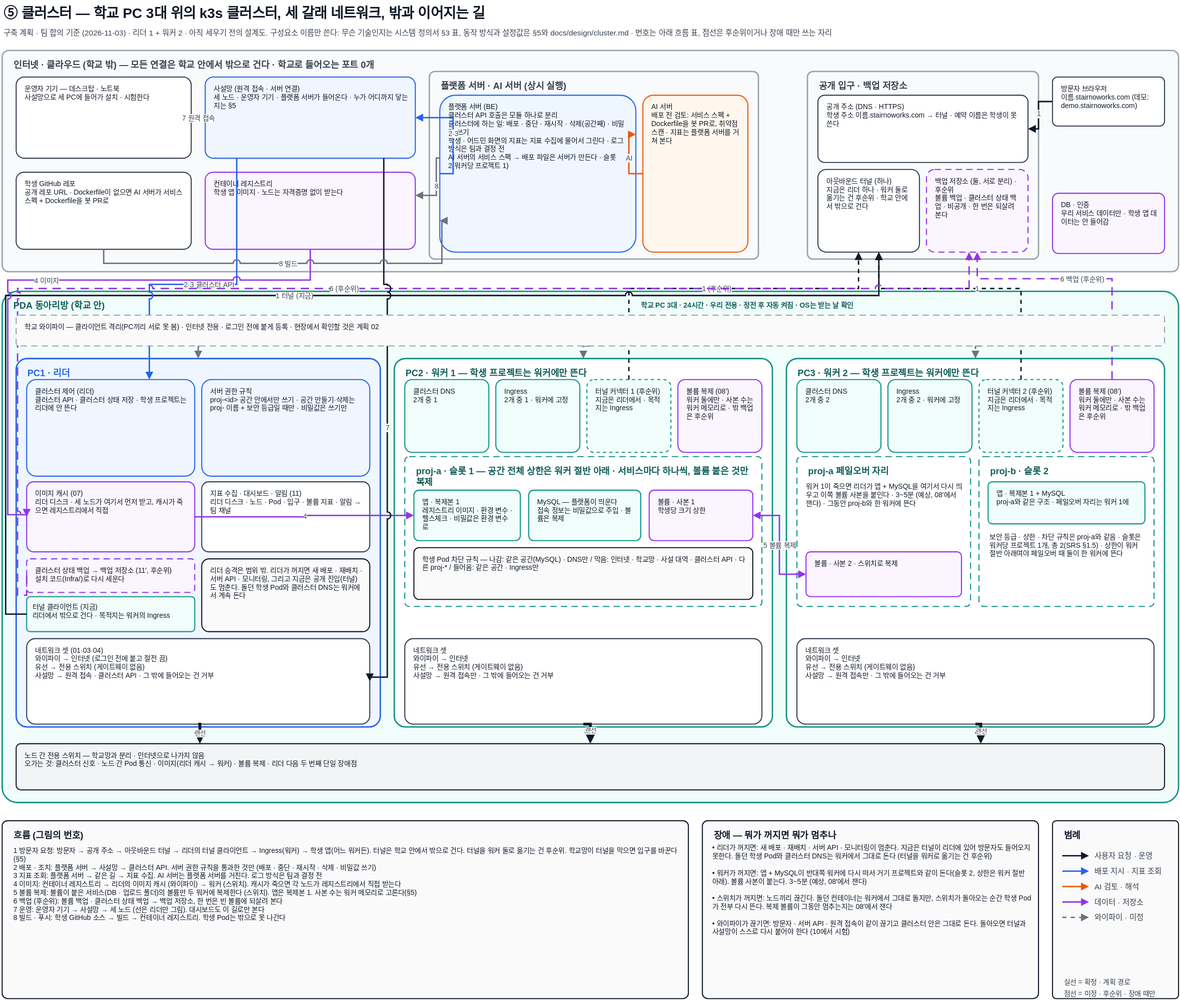
This is docs/architecture/cluster.drawio.svg from woowangthon/WOOWANGTHON_TEAM_18, a draw.io export, as it was before one commit. Source tidied: cells renumbered, new cells last; positions are measured from the earlier drawing's top-left corner, leaving out a move shared by most shapes.
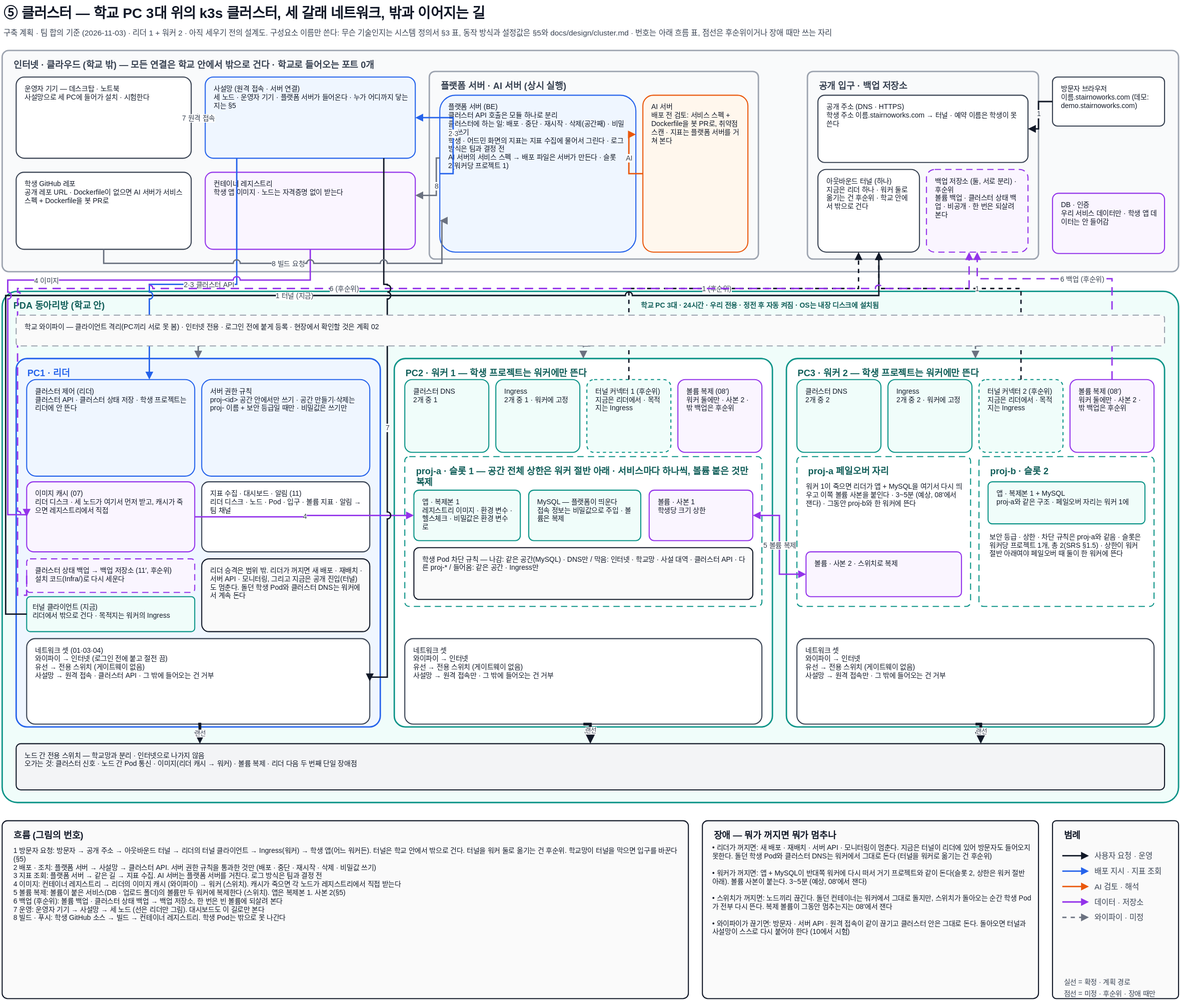
The same file after the commit.

Change to the diagram source:
```diff
@@ -14,7 +14,7 @@
     <mxCell id="5" value="PDA 동아리방 (학교 안)" style="rounded=1;arcSize=3;html=1;whiteSpace=wrap;fillColor=#F0FDFA;strokeColor=#0D9488;strokeWidth=2;verticalAlign=top;align=left;spacingLeft=14;spacingRight=14;spacingTop=6;fontSize=13;fontStyle=1;fontColor=#115E59;fontFamily=Pretendard,Malgun Gothic,Apple SD Gothic Neo,sans-serif;" parent="1" vertex="1">
       <mxGeometry y="416" width="1680" height="730" as="geometry" />
     </mxCell>
-    <mxCell id="6" value="학교 PC 3대 · 24시간 · 우리 전용 · 정전 후 자동 켜짐 · OS는 받는 날 확인" style="text;html=1;align=left;verticalAlign=top;whiteSpace=wrap;fontSize=10;fontColor=#115E59;fontStyle=1;fontFamily=Pretendard,Malgun Gothic,Apple SD Gothic Neo,sans-serif;" parent="1" vertex="1">
+    <mxCell id="6" value="학교 PC 3대 · 24시간 · 우리 전용 · 정전 후 자동 켜짐 · OS는 내장 디스크에 설치됨" style="text;html=1;align=left;verticalAlign=top;whiteSpace=wrap;fontSize=10;fontColor=#115E59;fontStyle=1;fontFamily=Pretendard,Malgun Gothic,Apple SD Gothic Neo,sans-serif;" parent="1" vertex="1">
       <mxGeometry x="910" y="423" width="540" height="18" as="geometry" />
     </mxCell>
     <mxCell id="7" value="PC1 · 리더" style="rounded=1;arcSize=3;html=1;whiteSpace=wrap;fillColor=#EFF6FF;strokeColor=#2563EB;strokeWidth=2;verticalAlign=top;align=left;spacingLeft=14;spacingRight=14;spacingTop=6;fontSize=13;fontStyle=1;fontColor=#2563EB;fontFamily=Pretendard,Malgun Gothic,Apple SD Gothic Neo,sans-serif;" parent="1" vertex="1">
@@ -107,7 +107,7 @@
     <mxCell id="36" value="터널 커넥터 1 (후순위)&lt;br&gt;지금은 리더에서 · 목적지는 Ingress" style="rounded=1;arcSize=10;whiteSpace=wrap;html=1;fillColor=#F0FDFA;strokeColor=#0D9488;strokeWidth=1.5;fontSize=10;fontColor=#111827;align=left;verticalAlign=top;spacing=6;spacingLeft=6;spacingRight=6;fontFamily=Pretendard,Malgun Gothic,Apple SD Gothic Neo,sans-serif;dashed=1;" parent="1" vertex="1">
       <mxGeometry x="835" y="542" width="120" height="104" as="geometry" />
     </mxCell>
-    <mxCell id="37" value="볼륨 복제 (08′)&lt;br&gt;워커 둘에만 · 사본 수는 워커 메모리로 · 밖 백업은 후순위" style="rounded=1;arcSize=10;whiteSpace=wrap;html=1;fillColor=#FAF5FF;strokeColor=#9333EA;strokeWidth=1.5;fontSize=10;fontColor=#111827;align=left;verticalAlign=top;spacing=6;spacingLeft=6;spacingRight=6;fontFamily=Pretendard,Malgun Gothic,Apple SD Gothic Neo,sans-serif;" parent="1" vertex="1">
+    <mxCell id="37" value="볼륨 복제 (08′)&lt;br&gt;워커 둘에만 · 사본 2 · 밖 백업은 후순위" style="rounded=1;arcSize=10;whiteSpace=wrap;html=1;fillColor=#FAF5FF;strokeColor=#9333EA;strokeWidth=1.5;fontSize=10;fontColor=#111827;align=left;verticalAlign=top;spacing=6;spacingLeft=6;spacingRight=6;fontFamily=Pretendard,Malgun Gothic,Apple SD Gothic Neo,sans-serif;" parent="1" vertex="1">
       <mxGeometry x="965" y="542" width="120" height="104" as="geometry" />
     </mxCell>
     <mxCell id="38" value="클러스터 DNS&lt;br&gt;2개 중 2" style="rounded=1;arcSize=10;whiteSpace=wrap;html=1;fillColor=#F0FDFA;strokeColor=#0D9488;strokeWidth=1.5;fontSize=10;fontColor=#111827;align=left;verticalAlign=top;spacing=6;spacingLeft=6;spacingRight=6;fontFamily=Pretendard,Malgun Gothic,Apple SD Gothic Neo,sans-serif;" parent="1" vertex="1">
@@ -119,7 +119,7 @@
     <mxCell id="40" value="터널 커넥터 2 (후순위)&lt;br&gt;지금은 리더에서 · 목적지는 Ingress" style="rounded=1;arcSize=10;whiteSpace=wrap;html=1;fillColor=#F0FDFA;strokeColor=#0D9488;strokeWidth=1.5;fontSize=10;fontColor=#111827;align=left;verticalAlign=top;spacing=6;spacingLeft=6;spacingRight=6;fontFamily=Pretendard,Malgun Gothic,Apple SD Gothic Neo,sans-serif;dashed=1;" parent="1" vertex="1">
       <mxGeometry x="1395" y="542" width="120" height="104" as="geometry" />
     </mxCell>
-    <mxCell id="41" value="볼륨 복제 (08′)&lt;br&gt;워커 둘에만 · 사본 수는 워커 메모리로 · 밖 백업은 후순위" style="rounded=1;arcSize=10;whiteSpace=wrap;html=1;fillColor=#FAF5FF;strokeColor=#9333EA;strokeWidth=1.5;fontSize=10;fontColor=#111827;align=left;verticalAlign=top;spacing=6;spacingLeft=6;spacingRight=6;fontFamily=Pretendard,Malgun Gothic,Apple SD Gothic Neo,sans-serif;" parent="1" vertex="1">
+    <mxCell id="41" value="볼륨 복제 (08′)&lt;br&gt;워커 둘에만 · 사본 2 · 밖 백업은 후순위" style="rounded=1;arcSize=10;whiteSpace=wrap;html=1;fillColor=#FAF5FF;strokeColor=#9333EA;strokeWidth=1.5;fontSize=10;fontColor=#111827;align=left;verticalAlign=top;spacing=6;spacingLeft=6;spacingRight=6;fontFamily=Pretendard,Malgun Gothic,Apple SD Gothic Neo,sans-serif;" parent="1" vertex="1">
       <mxGeometry x="1525" y="542" width="120" height="104" as="geometry" />
     </mxCell>
     <mxCell id="42" value="proj-a · 슬롯 1 — 공간 전체 상한은 워커 절반 아래 · 서비스마다 하나씩, 볼륨 붙은 것만 복제" style="rounded=1;arcSize=3;html=1;whiteSpace=wrap;fillColor=#FFFFFF;strokeColor=#0D9488;strokeWidth=1.5;verticalAlign=top;align=left;spacingLeft=14;spacingRight=14;spacingTop=6;fontSize=13;fontStyle=1;fontColor=#115E59;dashed=1;dashPattern=6 4;fontFamily=Pretendard,Malgun Gothic,Apple SD Gothic Neo,sans-serif;" parent="1" vertex="1">
@@ -275,7 +275,7 @@
         </Array>
       </mxGeometry>
     </mxCell>
-    <mxCell id="75" value="8 빌드" style="edgeStyle=orthogonalEdgeStyle;rounded=0;jettySize=auto;html=1;jumpStyle=arc;jumpSize=8;endArrow=block;endFill=1;strokeWidth=2;fontSize=10;labelBackgroundColor=#FFFFFF;fontFamily=Pretendard,Malgun Gothic,Apple SD Gothic Neo,sans-serif;fontColor=#374151;strokeColor=#6B7280;exitX=0.5;exitY=1;exitDx=0;exitDy=0;entryX=0;entryY=0.8;entryDx=0;entryDy=0;" parent="1" edge="1" source="16" target="19">
+    <mxCell id="75" value="8 빌드 요청" style="edgeStyle=orthogonalEdgeStyle;rounded=0;jettySize=auto;html=1;jumpStyle=arc;jumpSize=8;endArrow=block;endFill=1;strokeWidth=2;fontSize=10;labelBackgroundColor=#FFFFFF;fontFamily=Pretendard,Malgun Gothic,Apple SD Gothic Neo,sans-serif;fontColor=#374151;strokeColor=#6B7280;exitX=0.5;exitY=1;exitDx=0;exitDy=0;entryX=0;entryY=0.8;entryDx=0;entryDy=0;" parent="1" edge="1" source="16" target="19">
       <mxGeometry relative="1" as="geometry">
         <Array as="points">
           <mxPoint x="145" y="376" />
@@ -295,7 +295,7 @@
     <mxCell id="77" value="AI" style="edgeStyle=orthogonalEdgeStyle;rounded=0;jettySize=auto;html=1;jumpStyle=arc;jumpSize=8;endArrow=block;endFill=1;strokeWidth=2;fontSize=10;labelBackgroundColor=#FFFFFF;fontFamily=Pretendard,Malgun Gothic,Apple SD Gothic Neo,sans-serif;fontColor=#374151;strokeColor=#EA580C;exitX=0;exitY=0.5;exitDx=0;exitDy=0;entryX=1;entryY=0.25;entryDx=0;entryDy=0;" parent="1" edge="1" source="20" target="19">
       <mxGeometry relative="1" as="geometry" />
     </mxCell>
-    <mxCell id="78" value="1  방문자 요청: 방문자 → 공개 주소 → 아웃바운드 터널 → 리더의 터널 클라이언트 → Ingress(워커) → 학생 앱(어느 워커든). 터널은 학교 안에서 밖으로 건다. 터널을 워커 둘로 옮기는 건 후순위. 학교망이 터널을 막으면 입구를 바꾼다(§5)&lt;br&gt;2  배포 · 조치: 플랫폼 서버 → 사설망 → 클러스터 API. 서버 권한 규칙을 통과한 것만 (배포 · 중단 · 재시작 · 삭제 · 비밀값 쓰기)&lt;br&gt;3  지표 조회: 플랫폼 서버 → 같은 길 → 지표 수집. AI 서버는 플랫폼 서버를 거친다. 로그 방식은 팀과 결정 전&lt;br&gt;4  이미지: 컨테이너 레지스트리 → 리더의 이미지 캐시 (와이파이) → 워커 (스위치). 캐시가 죽으면 각 노드가 레지스트리에서 직접 받는다&lt;br&gt;5  볼륨 복제: 볼륨이 붙은 서비스(DB · 업로드 폴더)의 볼륨만 두 워커에 복제한다 (스위치). 앱은 복제본 1. 사본 수는 워커 메모리로 고른다(§5)&lt;br&gt;6  백업 (후순위): 볼륨 백업 · 클러스터 상태 백업 → 백업 저장소, 한 번은 빈 볼륨에 되살려 본다&lt;br&gt;7  운영: 운영자 기기 → 사설망 → 세 노드 (선은 리더만 그림). 대시보드도 이 길로만 본다&lt;br&gt;8  빌드 · 푸시: 학생 GitHub 소스 → 빌드 → 컨테이너 레지스트리. 학생 Pod는 밖으로 못 나간다" style="text;html=1;align=left;verticalAlign=top;whiteSpace=wrap;fontSize=10;fontColor=#111827;fontFamily=Pretendard,Malgun Gothic,Apple SD Gothic Neo,sans-serif;" parent="1" vertex="1">
+    <mxCell id="78" value="1  방문자 요청: 방문자 → 공개 주소 → 아웃바운드 터널 → 리더의 터널 클라이언트 → Ingress(워커) → 학생 앱(어느 워커든). 터널은 학교 안에서 밖으로 건다. 터널을 워커 둘로 옮기는 건 후순위. 학교망이 터널을 막으면 입구를 바꾼다(§5)&lt;br&gt;2  배포 · 조치: 플랫폼 서버 → 사설망 → 클러스터 API. 서버 권한 규칙을 통과한 것만 (배포 · 중단 · 재시작 · 삭제 · 비밀값 쓰기)&lt;br&gt;3  지표 조회: 플랫폼 서버 → 같은 길 → 지표 수집. AI 서버는 플랫폼 서버를 거친다. 로그 방식은 팀과 결정 전&lt;br&gt;4  이미지: 컨테이너 레지스트리 → 리더의 이미지 캐시 (와이파이) → 워커 (스위치). 캐시가 죽으면 각 노드가 레지스트리에서 직접 받는다&lt;br&gt;5  볼륨 복제: 볼륨이 붙은 서비스(DB · 업로드 폴더)의 볼륨만 두 워커에 복제한다 (스위치). 앱은 복제본 1. 사본 2(§5)&lt;br&gt;6  백업 (후순위): 볼륨 백업 · 클러스터 상태 백업 → 백업 저장소, 한 번은 빈 볼륨에 되살려 본다&lt;br&gt;7  운영: 운영자 기기 → 사설망 → 세 노드 (선은 리더만 그림). 대시보드도 이 길로만 본다&lt;br&gt;8  빌드 · 푸시: 학생 GitHub 소스 → 빌드 → 컨테이너 레지스트리. 학생 Pod는 밖으로 못 나간다" style="text;html=1;align=left;verticalAlign=top;whiteSpace=wrap;fontSize=10;fontColor=#111827;fontFamily=Pretendard,Malgun Gothic,Apple SD Gothic Neo,sans-serif;" parent="1" vertex="1">
       <mxGeometry x="14" y="1202" width="955" height="220" as="geometry" />
     </mxCell>
     <mxCell id="79" value="• 리더가 꺼지면: 새 배포 · 재배치 · 서버 API · 모니터링이 멈춘다. 지금은 터널이 리더에 있어 방문자도 들어오지 못한다. 돌던 학생 Pod와 클러스터 DNS는 워커에서 그대로 돈다 (터널을 워커로 옮기는 건 후순위)&lt;br&gt;&lt;br&gt;• 워커가 꺼지면: 앱 + MySQL이 반대쪽 워커에 다시 떠서 거기 프로젝트와 같이 돈다(슬롯 2, 상한은 워커 절반 아래). 볼륨 사본이 붙는다. 3~5분 (예상, 08′에서 잰다)&lt;br&gt;&lt;br&gt;• 스위치가 꺼지면: 노드끼리 끊긴다. 돌던 컨테이너는 워커에서 그대로 돌지만, 스위치가 돌아오는 순간 학생 Pod가 전부 다시 뜬다. 복제 볼륨이 그동안 멈추는지는 08′에서 잰다&lt;br&gt;&lt;br&gt;• 와이파이가 끊기면: 방문자 · 서버 API · 원격 접속이 같이 끊기고 클러스터 안은 그대로 돈다. 돌아오면 터널과 사설망이 스스로 다시 붙어야 한다 (10에서 시험)" style="text;html=1;align=left;verticalAlign=top;whiteSpace=wrap;fontSize=10;fontColor=#111827;fontFamily=Pretendard,Malgun Gothic,Apple SD Gothic Neo,sans-serif;" parent="1" vertex="1">
```
